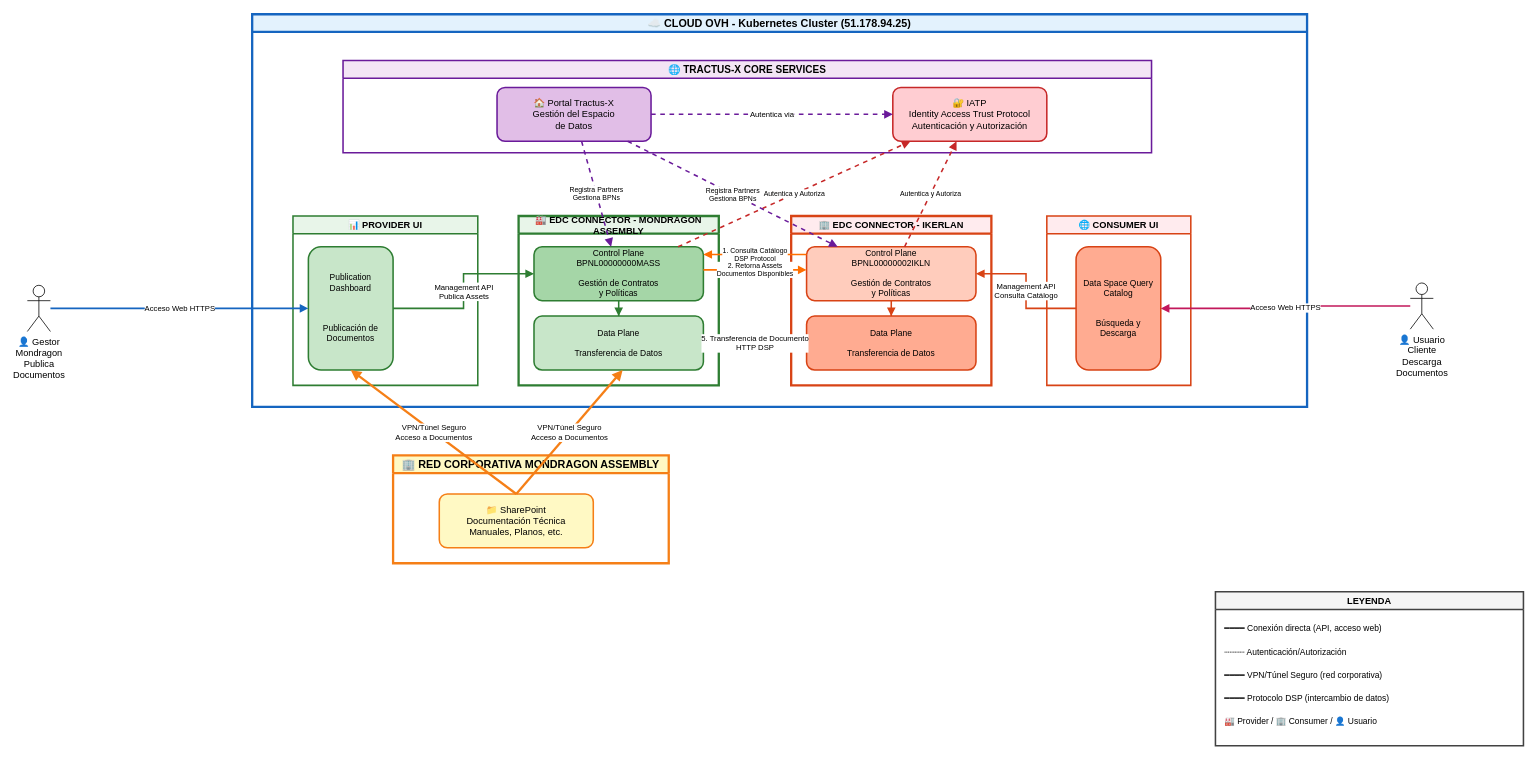
Above: diagramas-espacio-datos/06-arquitectura-detallada-ovh.drawio in xmendialdua/edc-ui-mass (draw.io), before the change. Source tidied: cells renumbered, new cells numbered last; positions are measured from the earlier drawing's top-left corner, leaving out a move shared by most shapes. Both pictures are drawn from the tidied source at 77%, with x=0, y=0 at pixel (27, 14).
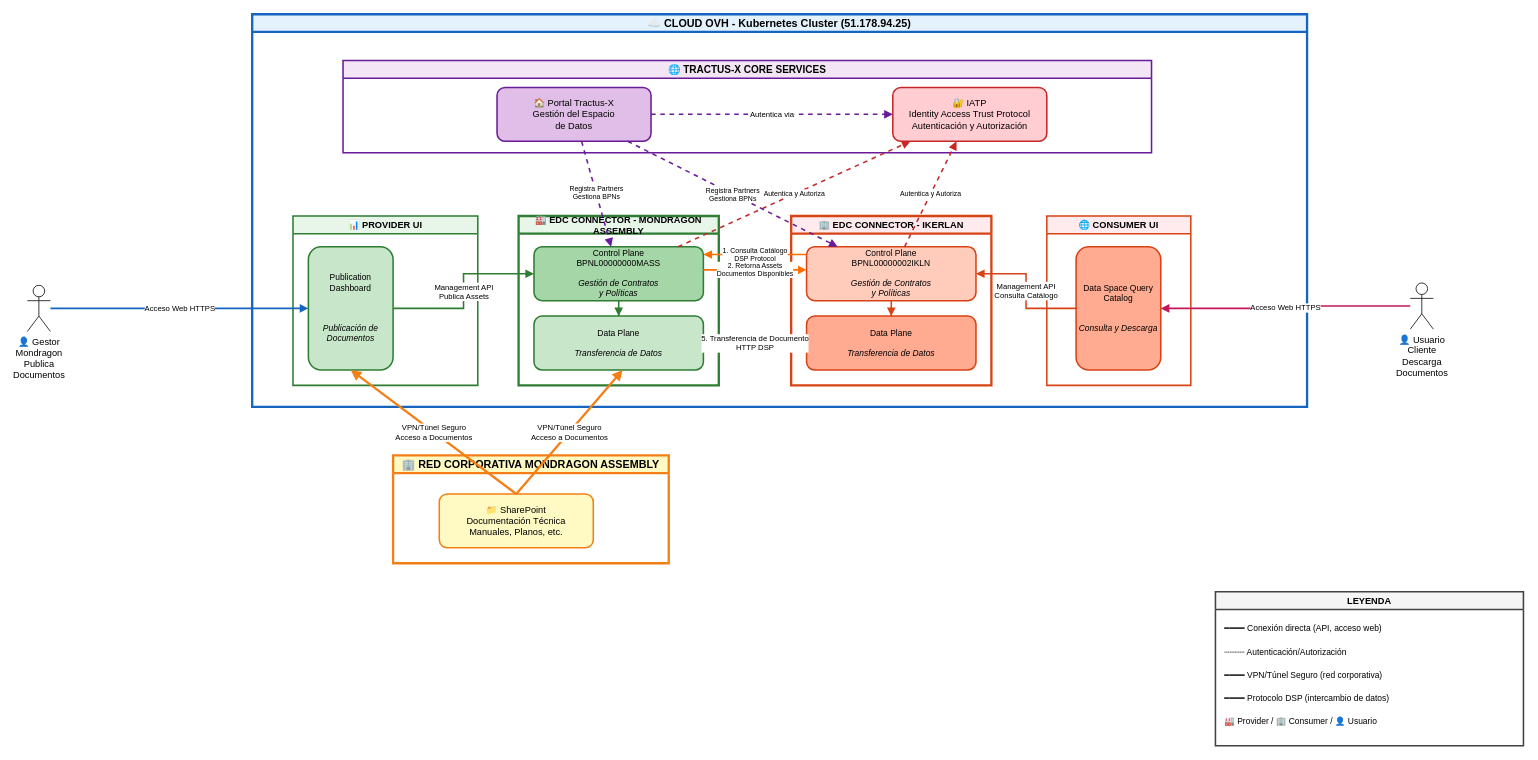
The same diagram, later.

Commit message:
Diagrama arquitectura actualizado

Unchanged cells that the change refers to:
```xml
<mxCell id="2" value="☁️ CLOUD OVH - Kubernetes Cluster (51.178.94.25)" style="swimlane;whiteSpace=wrap;html=1;fillColor=#E3F2FD;strokeColor=#1565C0;strokeWidth=3;fontSize=14;fontStyle=1;" parent="1" vertex="1">
  <mxGeometry x="292" width="1370" height="510" as="geometry" />
</mxCell>
<mxCell id="4" value="🏠 Portal Tractus-X&lt;br&gt;Gestión del Espacio&lt;br&gt;de Datos" style="rounded=1;whiteSpace=wrap;html=1;fillColor=#E1BEE7;strokeColor=#6A1B9A;strokeWidth=2;fontSize=12;" parent="3" vertex="1">
  <mxGeometry x="200" y="35" width="200" height="70" as="geometry" />
</mxCell>
<mxCell id="6" value="📊 PROVIDER UI" style="swimlane;whiteSpace=wrap;html=1;fillColor=#E8F5E9;strokeColor=#2E7D32;strokeWidth=2;fontSize=12;fontStyle=1;" parent="2" vertex="1">
  <mxGeometry x="53" y="262" width="240" height="220" as="geometry" />
</mxCell>
<mxCell id="8" value="🏭 EDC CONNECTOR - MONDRAGON ASSEMBLY" style="swimlane;whiteSpace=wrap;html=1;fillColor=#E8F5E9;strokeColor=#2E7D32;strokeWidth=3;fontSize=12;fontStyle=1;" parent="2" vertex="1">
  <mxGeometry x="346" y="262" width="260" height="220" as="geometry" />
</mxCell>
<mxCell id="11" value="🏢 EDC CONNECTOR - IKERLAN" style="swimlane;whiteSpace=wrap;html=1;fillColor=#FFEBEE;strokeColor=#D84315;strokeWidth=3;fontSize=12;fontStyle=1;" parent="2" vertex="1">
  <mxGeometry x="700" y="262" width="260" height="220" as="geometry" />
</mxCell>
<mxCell id="14" value="🌐 CONSUMER UI" style="swimlane;whiteSpace=wrap;html=1;fillColor=#FFEBEE;strokeColor=#D84315;strokeWidth=2;fontSize=12;fontStyle=1;" parent="2" vertex="1">
  <mxGeometry x="1032" y="262" width="187" height="220" as="geometry" />
</mxCell>
```

The edit, as a diff of the source:
```diff
@@
-    <mxCell id="7" value="Publication Dashboard&lt;br&gt;&lt;br&gt;&lt;br&gt;&lt;br&gt;Publicación de Documentos" style="rounded=1;whiteSpace=wrap;html=1;fillColor=#C8E6C9;strokeColor=#2E7D32;strokeWidth=2;fontSize=11;" parent="6" vertex="1">
+    <mxCell id="7" value="Publication Dashboard&lt;br&gt;&lt;br&gt;&lt;br&gt;&lt;br&gt;&lt;i&gt;Publicación de Documentos&lt;/i&gt;" style="rounded=1;whiteSpace=wrap;html=1;fillColor=#C8E6C9;strokeColor=#2E7D32;strokeWidth=2;fontSize=11;" parent="6" vertex="1">
       <mxGeometry x="20" y="40" width="110" height="160" as="geometry" />
     </mxCell>
@@
-    <mxCell id="9" value="Control Plane&lt;br&gt;BPNL00000000MASS&lt;br&gt;&lt;br&gt;Gestión de Contratos&lt;br&gt;y Políticas" style="rounded=1;whiteSpace=wrap;html=1;fillColor=#A5D6A7;strokeColor=#2E7D32;strokeWidth=2;fontSize=11;" parent="8" vertex="1">
+    <mxCell id="9" value="Control Plane&lt;br&gt;BPNL00000000MASS&lt;br&gt;&lt;br&gt;&lt;i&gt;Gestión de Contratos&lt;br&gt;y Políticas&lt;/i&gt;" style="rounded=1;whiteSpace=wrap;html=1;fillColor=#A5D6A7;strokeColor=#2E7D32;strokeWidth=2;fontSize=11;" parent="8" vertex="1">
       <mxGeometry x="20" y="40" width="220" height="70" as="geometry" />
     </mxCell>
-    <mxCell id="10" value="Data Plane&lt;br&gt;&lt;br&gt;Transferencia de Datos" style="rounded=1;whiteSpace=wrap;html=1;fillColor=#C8E6C9;strokeColor=#2E7D32;strokeWidth=2;fontSize=11;" parent="8" vertex="1">
+    <mxCell id="10" value="Data Plane&lt;br&gt;&lt;br&gt;&lt;i&gt;Transferencia de Datos&lt;/i&gt;" style="rounded=1;whiteSpace=wrap;html=1;fillColor=#C8E6C9;strokeColor=#2E7D32;strokeWidth=2;fontSize=11;" parent="8" vertex="1">
       <mxGeometry x="20" y="130" width="220" height="70" as="geometry" />
     </mxCell>
@@
-    <mxCell id="12" value="Control Plane&lt;br&gt;BPNL00000002IKLN&lt;br&gt;&lt;br&gt;Gestión de Contratos&lt;br&gt;y Políticas" style="rounded=1;whiteSpace=wrap;html=1;fillColor=#FFCCBC;strokeColor=#D84315;strokeWidth=2;fontSize=11;" parent="11" vertex="1">
+    <mxCell id="12" value="Control Plane&lt;br&gt;BPNL00000002IKLN&lt;br&gt;&lt;br&gt;&lt;i&gt;Gestión de Contratos&lt;br&gt;y Políticas&lt;/i&gt;" style="rounded=1;whiteSpace=wrap;html=1;fillColor=#FFCCBC;strokeColor=#D84315;strokeWidth=2;fontSize=11;" parent="11" vertex="1">
       <mxGeometry x="20" y="40" width="220" height="70" as="geometry" />
     </mxCell>
-    <mxCell id="13" value="Data Plane&lt;br&gt;&lt;br&gt;Transferencia de Datos" style="rounded=1;whiteSpace=wrap;html=1;fillColor=#FFAB91;strokeColor=#D84315;strokeWidth=2;fontSize=11;" parent="11" vertex="1">
+    <mxCell id="13" value="Data Plane&lt;br&gt;&lt;br&gt;&lt;i&gt;Transferencia de Datos&lt;/i&gt;" style="rounded=1;whiteSpace=wrap;html=1;fillColor=#FFAB91;strokeColor=#D84315;strokeWidth=2;fontSize=11;" parent="11" vertex="1">
       <mxGeometry x="20" y="130" width="220" height="70" as="geometry" />
     </mxCell>
@@
-    <mxCell id="15" value="Data Space Query Catalog&lt;br&gt;&lt;br&gt;&lt;br&gt;Búsqueda y Descarga" style="rounded=1;whiteSpace=wrap;html=1;fillColor=#FFAB91;strokeColor=#D84315;strokeWidth=2;fontSize=11;" parent="14" vertex="1">
+    <mxCell id="15" value="Data Space Query Catalog&lt;br&gt;&lt;br&gt;&lt;br&gt;&lt;i&gt;Consulta y Descarga&lt;/i&gt;" style="rounded=1;whiteSpace=wrap;html=1;fillColor=#FFAB91;strokeColor=#D84315;strokeWidth=2;fontSize=11;" parent="14" vertex="1">
       <mxGeometry x="38" y="40" width="110" height="160" as="geometry" />
     </mxCell>
@@
     <mxCell id="23" value="Registra Partners&lt;br&gt;Gestiona BPNs" style="rounded=0;jettySize=auto;html=1;strokeWidth=2;strokeColor=#6A1B9A;dashed=1;fontSize=9;endArrow=block;endFill=1;" parent="2" edge="1" source="4" target="9">
-      <mxGeometry relative="1" as="geometry" />
+      <mxGeometry x="-0.01" relative="1" as="geometry" />
     </mxCell>
```
